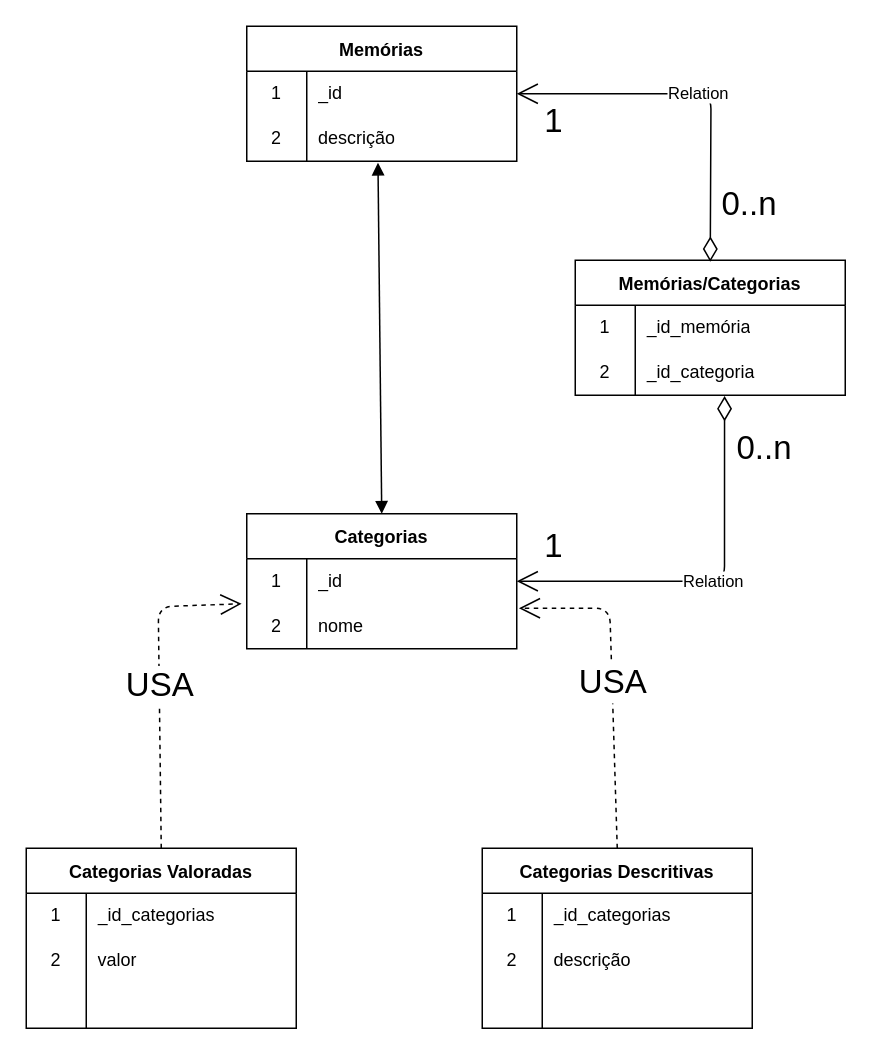
Earlier version of the draw.io diagram docs/diagrama_de_dados_aurora.drawio (marvinho-tn/aurora). Source tidied: cells renumbered, new cells numbered last; positions are measured from the earlier drawing's top-left corner, leaving out a move shared by most shapes. Both pictures are drawn from the tidied source at 150%, with x=0, y=0 at pixel (26, 26).
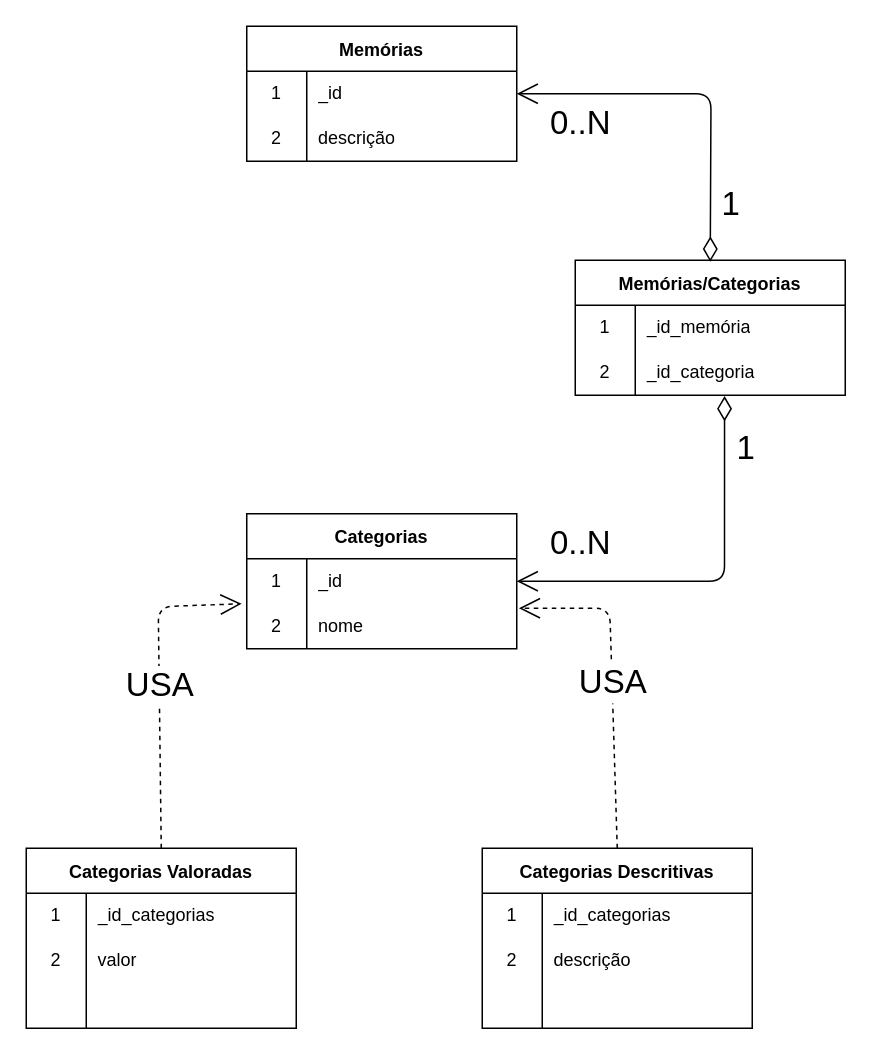
After the change.

Unchanged cells that the change refers to:
```xml
<mxCell id="3" style="shape=tableRow;horizontal=0;startSize=0;swimlaneHead=0;swimlaneBody=0;top=0;left=0;bottom=0;right=0;fillColor=none;points=[[0,0.5],[1,0.5]];portConstraint=eastwest;" parent="2" vertex="1">
  <mxGeometry y="30" width="180" height="30" as="geometry" />
</mxCell>
<mxCell id="6" style="shape=tableRow;horizontal=0;startSize=0;swimlaneHead=0;swimlaneBody=0;top=0;left=0;bottom=0;right=0;fillColor=none;points=[[0,0.5],[1,0.5]];portConstraint=eastwest;" parent="2" vertex="1">
  <mxGeometry y="60" width="180" height="30" as="geometry" />
</mxCell>
<mxCell id="19" value="Categorias" style="shape=table;startSize=30;childLayout=tableLayout;rowLines=0;fontStyle=1;" parent="1" vertex="1">
  <mxGeometry x="147" y="325" width="180" height="90" as="geometry" />
</mxCell>
<mxCell id="20" style="shape=tableRow;horizontal=0;startSize=0;swimlaneHead=0;swimlaneBody=0;top=0;left=0;bottom=0;right=0;fillColor=none;points=[[0,0.5],[1,0.5]];portConstraint=eastwest;" parent="19" vertex="1">
  <mxGeometry y="30" width="180" height="30" as="geometry" />
</mxCell>
<mxCell id="43" style="shape=tableRow;horizontal=0;startSize=0;swimlaneHead=0;swimlaneBody=0;top=0;left=0;bottom=0;right=0;fillColor=none;points=[[0,0.5],[1,0.5]];portConstraint=eastwest;" parent="39" vertex="1">
  <mxGeometry y="60" width="180" height="30" as="geometry" />
</mxCell>
```

The edit, as a diff of the source:
```diff
@@
-    <mxCell id="38" style="endArrow=block;startArrow=block;endFill=1;startFill=1;html=1;exitX=0.486;exitY=1.033;exitDx=0;exitDy=0;exitPerimeter=0;entryX=0.5;entryY=0;entryDx=0;entryDy=0;" parent="1" edge="1" source="6" target="19">
-      <mxGeometry relative="1" as="geometry" />
-    </mxCell>
@@
-    <mxCell id="46" value="Relation" style="endArrow=open;html=1;endSize=12;startArrow=diamondThin;startSize=14;startFill=0;edgeStyle=orthogonalEdgeStyle;entryX=1;entryY=0.5;entryDx=0;entryDy=0;exitX=0.553;exitY=1.017;exitDx=0;exitDy=0;exitPerimeter=0;" parent="1" edge="1" source="43" target="20">
+    <mxCell id="46" style="endArrow=open;html=1;endSize=12;startArrow=diamondThin;startSize=14;startFill=0;edgeStyle=orthogonalEdgeStyle;entryX=1;entryY=0.5;entryDx=0;entryDy=0;exitX=0.553;exitY=1.017;exitDx=0;exitDy=0;exitPerimeter=0;" parent="1" edge="1" source="43" target="20">
       <mxGeometry relative="1" as="geometry" />
     </mxCell>
-    <mxCell id="47" value="0..n" style="edgeLabel;html=1;align=left;verticalAlign=top;fontSize=22;" parent="46" vertex="1">
+    <mxCell id="47" value="1" style="edgeLabel;html=1;align=left;verticalAlign=top;fontSize=22;" parent="46" vertex="1">
       <mxGeometry x="-1" relative="1" as="geometry">
         <mxPoint x="6" y="15" as="offset" />
       </mxGeometry>
     </mxCell>
-    <mxCell id="48" value="1" style="edgeLabel;html=1;align=right;verticalAlign=top;fontSize=22;" parent="46" vertex="1">
+    <mxCell id="48" value="0..N" style="edgeLabel;html=1;align=right;verticalAlign=top;fontSize=22;" parent="46" vertex="1">
       <mxGeometry x="1" relative="1" as="geometry">
-        <mxPoint x="31" y="-43" as="offset" />
+        <mxPoint x="63" y="-45" as="offset" />
       </mxGeometry>
     </mxCell>
-    <mxCell id="49" value="Relation" style="endArrow=open;html=1;endSize=12;startArrow=diamondThin;startSize=14;startFill=0;edgeStyle=orthogonalEdgeStyle;entryX=1;entryY=0.5;entryDx=0;entryDy=0;" parent="1" edge="1" target="3">
+    <mxCell id="49" style="endArrow=open;html=1;endSize=12;startArrow=diamondThin;startSize=14;startFill=0;edgeStyle=orthogonalEdgeStyle;entryX=1;entryY=0.5;entryDx=0;entryDy=0;" parent="1" edge="1" target="3">
       <mxGeometry relative="1" as="geometry">
         <mxPoint x="456" y="157" as="sourcePoint" />
       </mxGeometry>
     </mxCell>
-    <mxCell id="50" value="0..n" style="edgeLabel;html=1;align=left;verticalAlign=top;fontSize=22;" parent="49" vertex="1">
+    <mxCell id="50" value="1" style="edgeLabel;html=1;align=left;verticalAlign=top;fontSize=22;" parent="49" vertex="1">
       <mxGeometry x="-1" relative="1" as="geometry">
         <mxPoint x="6" y="-58" as="offset" />
       </mxGeometry>
     </mxCell>
-    <mxCell id="51" value="1" style="edgeLabel;html=1;align=right;verticalAlign=top;fontSize=22;" parent="49" vertex="1">
+    <mxCell id="51" value="0..N" style="edgeLabel;html=1;align=right;verticalAlign=top;fontSize=22;" parent="49" vertex="1">
       <mxGeometry x="1" relative="1" as="geometry">
-        <mxPoint x="31" y="-1" as="offset" />
+        <mxPoint x="63" as="offset" />
       </mxGeometry>
     </mxCell>
```
